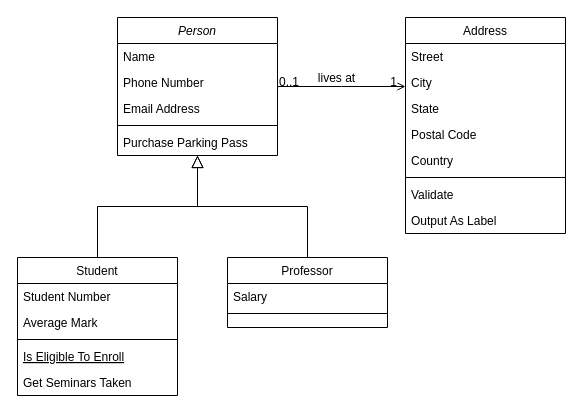
This is TECH-COMMUNITY.drawio.xml from SS0809/diagrams.net, a draw.io file, before an edit. Source tidied: cells renumbered, new cells numbered last; positions are measured from the earlier drawing's top-left corner, leaving out a move shared by most shapes. Both pictures are drawn from the tidied source at 100%, with x=0, y=0 at pixel (17, 17).
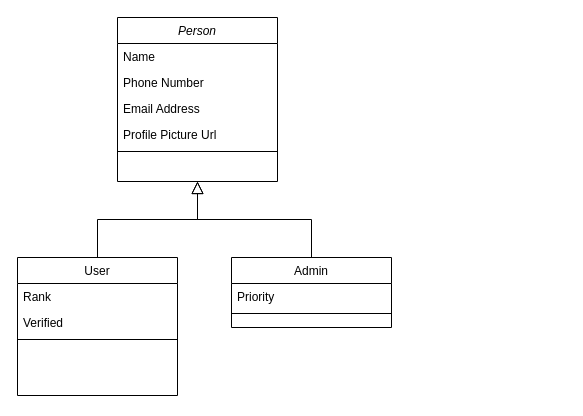
Above is the later version.

What changed in the source:
```diff
@@
     <mxCell id="2" value="Person" style="swimlane;fontStyle=2;align=center;verticalAlign=top;horizontal=1;startSize=26;rounded=0;shadow=0;strokeWidth=1;" parent="1" vertex="1">
-      <mxGeometry x="100" width="160" height="138" as="geometry" />
+      <mxGeometry x="100" width="160" height="164" as="geometry" />
     </mxCell>
@@
+    <mxCell id="32" value="Email Address" style="text;align=left;verticalAlign=top;spacingLeft=4;spacingRight=4;overflow=hidden;rounded=0;shadow=0;html=0;" parent="2" vertex="1">
+      <mxGeometry y="78" width="160" height="26" as="geometry" />
+    </mxCell>
-    <mxCell id="5" value="Email Address" style="text;align=left;verticalAlign=top;spacingLeft=4;spacingRight=4;overflow=hidden;rounded=0;shadow=0;html=0;" parent="2" vertex="1">
-      <mxGeometry y="78" width="160" height="26" as="geometry" />
+    <mxCell id="5" value="Profile Picture Url" style="text;align=left;verticalAlign=top;spacingLeft=4;spacingRight=4;overflow=hidden;rounded=0;shadow=0;html=0;" parent="2" vertex="1">
+      <mxGeometry y="104" width="160" height="26" as="geometry" />
     </mxCell>
     <mxCell id="6" style="line;html=1;strokeWidth=1;align=left;verticalAlign=middle;spacingTop=-1;spacingLeft=3;spacingRight=3;labelPosition=right;" parent="2" vertex="1">
-      <mxGeometry y="104" width="160" height="8" as="geometry" />
+      <mxGeometry y="130" width="160" height="8" as="geometry" />
     </mxCell>
-    <mxCell id="7" value="Purchase Parking Pass" style="text;align=left;verticalAlign=top;spacingLeft=4;spacingRight=4;overflow=hidden;" parent="2" vertex="1">
-      <mxGeometry y="112" width="160" height="26" as="geometry" />
-    </mxCell>
-    <mxCell id="8" value="Student" style="swimlane;fontStyle=0;align=center;verticalAlign=top;horizontal=1;startSize=26;rounded=0;shadow=0;strokeWidth=1;" parent="1" vertex="1">
+    <mxCell id="8" value="User" style="swimlane;fontStyle=0;align=center;verticalAlign=top;horizontal=1;startSize=26;rounded=0;shadow=0;strokeWidth=1;" parent="1" vertex="1">
       <mxGeometry y="240" width="160" height="138" as="geometry" />
     </mxCell>
-    <mxCell id="9" value="Student Number" style="text;align=left;verticalAlign=top;spacingLeft=4;spacingRight=4;overflow=hidden;" parent="8" vertex="1">
+    <mxCell id="9" value="Rank" style="text;align=left;verticalAlign=top;spacingLeft=4;spacingRight=4;overflow=hidden;" parent="8" vertex="1">
       <mxGeometry y="26" width="160" height="26" as="geometry" />
     </mxCell>
-    <mxCell id="10" value="Average Mark" style="text;align=left;verticalAlign=top;spacingLeft=4;spacingRight=4;overflow=hidden;rounded=0;shadow=0;html=0;" parent="8" vertex="1">
+    <mxCell id="10" value="Verified&#10;" style="text;align=left;verticalAlign=top;spacingLeft=4;spacingRight=4;overflow=hidden;rounded=0;shadow=0;html=0;" parent="8" vertex="1">
       <mxGeometry y="52" width="160" height="26" as="geometry" />
     </mxCell>
@@
-    <mxCell id="12" value="Is Eligible To Enroll" style="text;align=left;verticalAlign=top;spacingLeft=4;spacingRight=4;overflow=hidden;fontStyle=4;" parent="8" vertex="1">
-      <mxGeometry y="86" width="160" height="26" as="geometry" />
-    </mxCell>
-    <mxCell id="13" value="Get Seminars Taken" style="text;align=left;verticalAlign=top;spacingLeft=4;spacingRight=4;overflow=hidden;" parent="8" vertex="1">
-      <mxGeometry y="112" width="160" height="26" as="geometry" />
-    </mxCell>
@@
-    <mxCell id="15" value="Professor" style="swimlane;fontStyle=0;align=center;verticalAlign=top;horizontal=1;startSize=26;rounded=0;shadow=0;strokeWidth=1;" parent="1" vertex="1">
-      <mxGeometry x="210" y="240" width="160" height="70" as="geometry" />
+    <mxCell id="15" value="Admin" style="swimlane;fontStyle=0;align=center;verticalAlign=top;horizontal=1;startSize=26;rounded=0;shadow=0;strokeWidth=1;" parent="1" vertex="1">
+      <mxGeometry x="214" y="240" width="160" height="70" as="geometry" />
     </mxCell>
-    <mxCell id="16" value="Salary" style="text;align=left;verticalAlign=top;spacingLeft=4;spacingRight=4;overflow=hidden;" parent="15" vertex="1">
+    <mxCell id="16" value="Priority" style="text;align=left;verticalAlign=top;spacingLeft=4;spacingRight=4;overflow=hidden;" parent="15" vertex="1">
       <mxGeometry y="26" width="160" height="26" as="geometry" />
     </mxCell>
@@
-    <mxCell id="19" value="Address" style="swimlane;fontStyle=0;align=center;verticalAlign=top;horizontal=1;startSize=26;rounded=0;shadow=0;strokeWidth=1;" parent="1" vertex="1">
-      <mxGeometry x="388" width="160" height="216" as="geometry" />
-    </mxCell>
-    <mxCell id="20" value="Street" style="text;align=left;verticalAlign=top;spacingLeft=4;spacingRight=4;overflow=hidden;" parent="19" vertex="1">
-      <mxGeometry y="26" width="160" height="26" as="geometry" />
-    </mxCell>
-    <mxCell id="21" value="City" style="text;align=left;verticalAlign=top;spacingLeft=4;spacingRight=4;overflow=hidden;rounded=0;shadow=0;html=0;" parent="19" vertex="1">
-      <mxGeometry y="52" width="160" height="26" as="geometry" />
-    </mxCell>
-    <mxCell id="22" value="State" style="text;align=left;verticalAlign=top;spacingLeft=4;spacingRight=4;overflow=hidden;rounded=0;shadow=0;html=0;" parent="19" vertex="1">
-      <mxGeometry y="78" width="160" height="26" as="geometry" />
-    </mxCell>
-    <mxCell id="23" value="Postal Code" style="text;align=left;verticalAlign=top;spacingLeft=4;spacingRight=4;overflow=hidden;rounded=0;shadow=0;html=0;" parent="19" vertex="1">
-      <mxGeometry y="104" width="160" height="26" as="geometry" />
-    </mxCell>
-    <mxCell id="24" value="Country" style="text;align=left;verticalAlign=top;spacingLeft=4;spacingRight=4;overflow=hidden;rounded=0;shadow=0;html=0;" parent="19" vertex="1">
-      <mxGeometry y="130" width="160" height="26" as="geometry" />
-    </mxCell>
-    <mxCell id="25" style="line;html=1;strokeWidth=1;align=left;verticalAlign=middle;spacingTop=-1;spacingLeft=3;spacingRight=3;labelPosition=right;" parent="19" vertex="1">
-      <mxGeometry y="156" width="160" height="8" as="geometry" />
-    </mxCell>
-    <mxCell id="26" value="Validate" style="text;align=left;verticalAlign=top;spacingLeft=4;spacingRight=4;overflow=hidden;" parent="19" vertex="1">
-      <mxGeometry y="164" width="160" height="26" as="geometry" />
-    </mxCell>
-    <mxCell id="27" value="Output As Label" style="text;align=left;verticalAlign=top;spacingLeft=4;spacingRight=4;overflow=hidden;" parent="19" vertex="1">
-      <mxGeometry y="190" width="160" height="26" as="geometry" />
-    </mxCell>
-    <mxCell id="28" style="endArrow=open;shadow=0;strokeWidth=1;rounded=0;endFill=1;edgeStyle=elbowEdgeStyle;elbow=vertical;" parent="1" edge="1" source="2" target="19">
-      <mxGeometry x="0.5" y="41" relative="1" as="geometry">
-        <mxPoint x="-40" y="32" as="offset" />
-      </mxGeometry>
-    </mxCell>
-    <mxCell id="29" value="0..1" style="align=left;verticalAlign=bottom;labelBackgroundColor=none;fontSize=12;" parent="28" vertex="1">
-      <mxGeometry x="-1" relative="1" as="geometry">
-        <mxPoint y="4" as="offset" />
-      </mxGeometry>
-    </mxCell>
-    <mxCell id="30" value="1" style="align=right;verticalAlign=bottom;labelBackgroundColor=none;fontSize=12;" parent="28" vertex="1">
-      <mxGeometry x="1" relative="1" as="geometry">
-        <mxPoint x="-7" y="4" as="offset" />
-      </mxGeometry>
-    </mxCell>
-    <mxCell id="31" value="lives at" style="text;html=1;align=center;verticalAlign=middle;labelBackgroundColor=none;rounded=0;shadow=0;strokeWidth=1;fontSize=12;" parent="28" vertex="1">
-      <mxGeometry x="0.5" y="49" relative="1" as="geometry">
-        <mxPoint x="-38" y="40" as="offset" />
-      </mxGeometry>
-    </mxCell>
```
